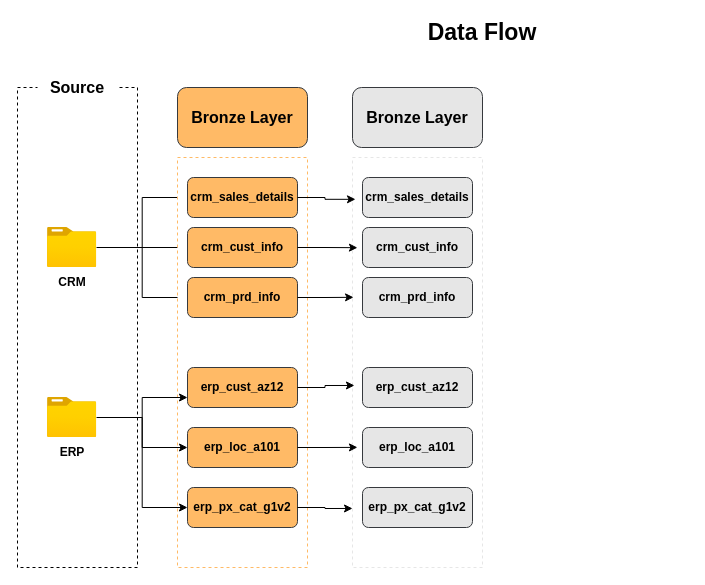
Above: docs/Data_Flow.drawio in Mahdi88BH/Data_WareHouse_Project (draw.io), before the change. Source tidied: cells renumbered, new cells numbered last; positions are measured from the earlier drawing's top-left corner, leaving out a move shared by most shapes. Both pictures are drawn from the tidied source at 100%, with x=0, y=0 at pixel (17, 17).
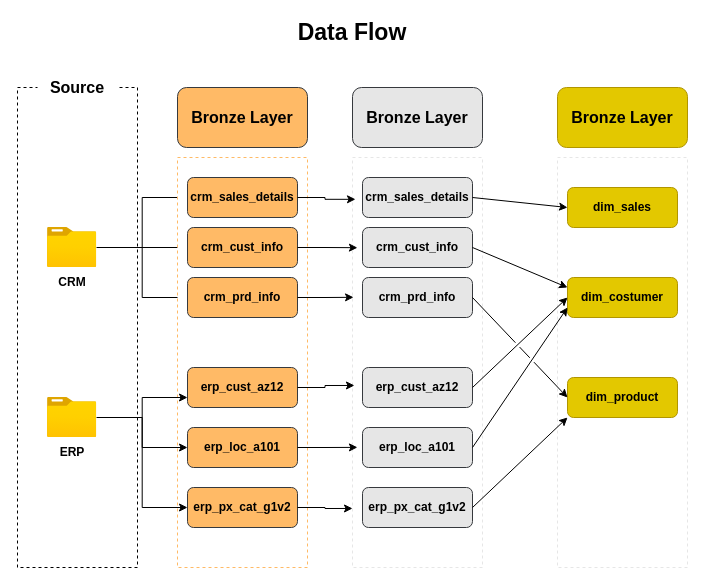
The same page after the edit.

The change refers to these unchanged cells:
```xml
<mxCell id="25" value="&lt;b&gt;&lt;font style=&quot;color: rgb(0, 0, 0);&quot;&gt;crm_sales_details&lt;/font&gt;&lt;/b&gt;" style="rounded=1;whiteSpace=wrap;html=1;fillColor=#E6E6E6;strokeColor=#36393d;" parent="1" vertex="1">
  <mxGeometry x="345" y="160" width="110" height="40" as="geometry" />
</mxCell>
<mxCell id="26" value="&lt;b&gt;&lt;font style=&quot;color: rgb(0, 0, 0);&quot;&gt;crm_cust_info&lt;/font&gt;&lt;/b&gt;" style="rounded=1;whiteSpace=wrap;html=1;fillColor=#E6E6E6;strokeColor=#36393d;" parent="1" vertex="1">
  <mxGeometry x="345" y="210" width="110" height="40" as="geometry" />
</mxCell>
<mxCell id="27" value="&lt;b&gt;&lt;font style=&quot;color: rgb(0, 0, 0);&quot;&gt;crm_prd_info&lt;/font&gt;&lt;/b&gt;" style="rounded=1;whiteSpace=wrap;html=1;fillColor=#E6E6E6;strokeColor=#36393d;" parent="1" vertex="1">
  <mxGeometry x="345" y="260" width="110" height="40" as="geometry" />
</mxCell>
<mxCell id="28" value="&lt;b&gt;&lt;font style=&quot;color: rgb(0, 0, 0);&quot;&gt;erp_cust_az12&lt;/font&gt;&lt;/b&gt;" style="rounded=1;whiteSpace=wrap;html=1;fillColor=#E6E6E6;strokeColor=#36393d;" parent="1" vertex="1">
  <mxGeometry x="345" y="350" width="110" height="40" as="geometry" />
</mxCell>
<mxCell id="29" value="&lt;b&gt;&lt;font style=&quot;color: rgb(0, 0, 0);&quot;&gt;erp_loc_a101&lt;/font&gt;&lt;/b&gt;" style="rounded=1;whiteSpace=wrap;html=1;fillColor=#E6E6E6;strokeColor=#36393d;" parent="1" vertex="1">
  <mxGeometry x="345" y="410" width="110" height="40" as="geometry" />
</mxCell>
<mxCell id="30" value="&lt;b&gt;&lt;font style=&quot;color: rgb(0, 0, 0);&quot;&gt;erp_px_cat_g1v2&lt;/font&gt;&lt;/b&gt;" style="rounded=1;whiteSpace=wrap;html=1;fillColor=#E6E6E6;strokeColor=#36393d;" parent="1" vertex="1">
  <mxGeometry x="345" y="470" width="110" height="40" as="geometry" />
</mxCell>
```

What changed in the source:
```diff
@@
     <mxCell id="22" value="&lt;b&gt;&lt;font style=&quot;font-size: 23px;&quot;&gt;Data Flow&lt;/font&gt;&lt;/b&gt;" style="text;html=1;whiteSpace=wrap;strokeColor=none;fillColor=none;align=center;verticalAlign=middle;rounded=0;" parent="1" vertex="1">
-      <mxGeometry x="390" width="150" height="30" as="geometry" />
+      <mxGeometry x="260" width="150" height="30" as="geometry" />
     </mxCell>
@@
+    <mxCell id="37" style="rounded=0;whiteSpace=wrap;html=1;strokeColor=#E6E6E6;dashed=1;" parent="1" vertex="1">
+      <mxGeometry x="540" y="140" width="130" height="410" as="geometry" />
+    </mxCell>
+    <mxCell id="38" value="&lt;b&gt;&lt;font style=&quot;font-size: 16px; color: rgb(0, 0, 0);&quot;&gt;Bronze Layer&lt;/font&gt;&lt;/b&gt;" style="rounded=1;whiteSpace=wrap;html=1;fillColor=#e3c800;strokeColor=#B09500;fontColor=#000000;" parent="1" vertex="1">
+      <mxGeometry x="540" y="70" width="130" height="60" as="geometry" />
+    </mxCell>
+    <mxCell id="39" value="&lt;b&gt;&lt;font style=&quot;color: rgb(0, 0, 0);&quot;&gt;dim_sales&lt;/font&gt;&lt;/b&gt;" style="rounded=1;whiteSpace=wrap;html=1;fillColor=#e3c800;strokeColor=#B09500;fontColor=#000000;" parent="1" vertex="1">
+      <mxGeometry x="550" y="170" width="110" height="40" as="geometry" />
+    </mxCell>
+    <mxCell id="40" value="&lt;b&gt;&lt;font style=&quot;color: rgb(0, 0, 0);&quot;&gt;dim_costumer&lt;/font&gt;&lt;/b&gt;" style="rounded=1;whiteSpace=wrap;html=1;fillColor=#e3c800;strokeColor=#B09500;fontColor=#000000;" parent="1" vertex="1">
+      <mxGeometry x="550" y="260" width="110" height="40" as="geometry" />
+    </mxCell>
+    <mxCell id="41" value="&lt;b&gt;&lt;font style=&quot;color: rgb(0, 0, 0);&quot;&gt;dim_product&lt;/font&gt;&lt;/b&gt;" style="rounded=1;whiteSpace=wrap;html=1;fillColor=#e3c800;strokeColor=#B09500;fontColor=#000000;" parent="1" vertex="1">
+      <mxGeometry x="550" y="360" width="110" height="40" as="geometry" />
+    </mxCell>
+    <mxCell id="42" style="endArrow=classic;html=1;rounded=0;exitX=1;exitY=0.5;exitDx=0;exitDy=0;entryX=0;entryY=0.5;entryDx=0;entryDy=0;jumpStyle=gap;" parent="1" edge="1" source="25" target="39">
+      <mxGeometry relative="1" as="geometry" />
+    </mxCell>
+    <mxCell id="43" style="endArrow=classic;html=1;rounded=0;exitX=1;exitY=0.5;exitDx=0;exitDy=0;entryX=0;entryY=0.25;entryDx=0;entryDy=0;jumpStyle=gap;" parent="1" edge="1" source="26" target="40">
+      <mxGeometry relative="1" as="geometry" />
+    </mxCell>
+    <mxCell id="44" style="endArrow=classic;html=1;rounded=0;exitX=1;exitY=0.5;exitDx=0;exitDy=0;entryX=0;entryY=0.5;entryDx=0;entryDy=0;jumpStyle=gap;" parent="1" edge="1" source="28" target="40">
+      <mxGeometry relative="1" as="geometry" />
+    </mxCell>
+    <mxCell id="45" style="endArrow=classic;html=1;rounded=0;exitX=1;exitY=0.5;exitDx=0;exitDy=0;entryX=0;entryY=0.75;entryDx=0;entryDy=0;jumpStyle=gap;" parent="1" edge="1" source="29" target="40">
+      <mxGeometry relative="1" as="geometry" />
+    </mxCell>
+    <mxCell id="46" style="endArrow=classic;html=1;rounded=0;exitX=1;exitY=0.5;exitDx=0;exitDy=0;entryX=0;entryY=0.5;entryDx=0;entryDy=0;jumpStyle=gap;" parent="1" edge="1" source="27" target="41">
+      <mxGeometry relative="1" as="geometry" />
+    </mxCell>
+    <mxCell id="47" style="endArrow=classic;html=1;rounded=0;exitX=1;exitY=0.5;exitDx=0;exitDy=0;entryX=0;entryY=1;entryDx=0;entryDy=0;jumpStyle=gap;" parent="1" edge="1" source="30" target="41">
+      <mxGeometry relative="1" as="geometry" />
+    </mxCell>
```
